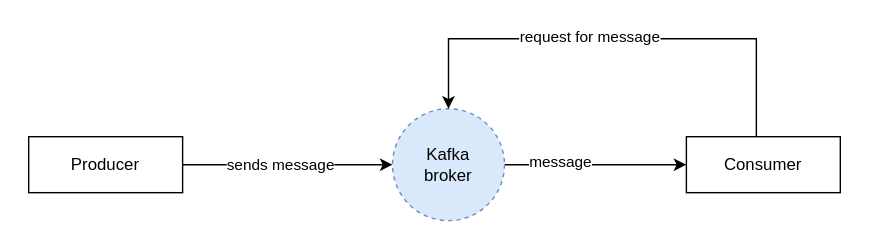
This is assets/intro.svg from aditya109/fuzzy-memory, a draw.io export, as it was before one commit. Source tidied: cells renumbered, new cells last; positions are measured from the earlier drawing's top-left corner, leaving out a move shared by most shapes. Source of this version:
```xml
<mxGraphModel>
  <root>
    <mxCell id="0" />
    <mxCell id="1" parent="0" />
    <mxCell id="2" style="edgeStyle=orthogonalEdgeStyle;rounded=0;jettySize=auto;html=1;entryX=0;entryY=0.5;entryDx=0;entryDy=0;" parent="1" edge="1" source="4" target="10">
      <mxGeometry relative="1" as="geometry" />
    </mxCell>
    <mxCell id="3" value="message" style="edgeLabel;html=1;align=center;verticalAlign=middle;" parent="2" vertex="1">
      <mxGeometry x="-0.38" y="2" relative="1" as="geometry" />
    </mxCell>
    <mxCell id="4" value="Kafka &lt;br&gt;broker" style="ellipse;whiteSpace=wrap;html=1;fillColor=#dae8fc;strokeColor=#6c8ebf;dashed=1;" parent="1" vertex="1">
      <mxGeometry x="260" y="50" width="80" height="80" as="geometry" />
    </mxCell>
    <mxCell id="5" style="edgeStyle=orthogonalEdgeStyle;rounded=0;jettySize=auto;html=1;entryX=0;entryY=0.5;entryDx=0;entryDy=0;" parent="1" edge="1" source="7" target="4">
      <mxGeometry relative="1" as="geometry" />
    </mxCell>
    <mxCell id="6" value="sends message" style="edgeLabel;html=1;align=center;verticalAlign=middle;" parent="5" vertex="1">
      <mxGeometry x="-0.34" y="2" relative="1" as="geometry">
        <mxPoint x="20" y="2" as="offset" />
      </mxGeometry>
    </mxCell>
    <mxCell id="7" value="Producer" style="rounded=0;whiteSpace=wrap;html=1;" parent="1" vertex="1">
      <mxGeometry y="70" width="110" height="40" as="geometry" />
    </mxCell>
    <mxCell id="8" style="edgeStyle=orthogonalEdgeStyle;rounded=0;jettySize=auto;html=1;entryX=0.5;entryY=0;entryDx=0;entryDy=0;" parent="1" edge="1" source="10" target="4">
      <mxGeometry relative="1" as="geometry">
        <Array as="points">
          <mxPoint x="520" />
          <mxPoint x="300" />
        </Array>
      </mxGeometry>
    </mxCell>
    <mxCell id="9" value="request for message" style="edgeLabel;html=1;align=center;verticalAlign=middle;" parent="8" vertex="1">
      <mxGeometry x="0.11" y="-1" relative="1" as="geometry" />
    </mxCell>
    <mxCell id="10" value="Consumer" style="rounded=0;whiteSpace=wrap;html=1;" parent="1" vertex="1">
      <mxGeometry x="470" y="70" width="110" height="40" as="geometry" />
    </mxCell>
  </root>
</mxGraphModel>
```
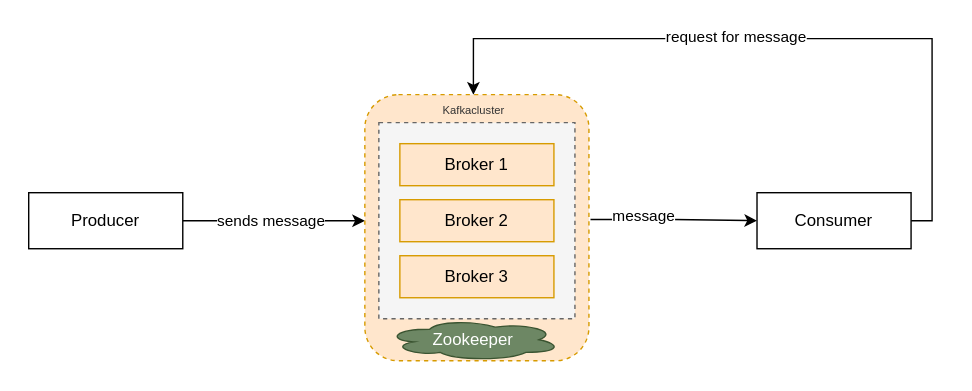
After the change.

The edit, as a diff of the source:
```diff
@@ -2,16 +2,13 @@
   <root>
     <mxCell id="0" />
     <mxCell id="1" parent="0" />
-    <mxCell id="2" style="edgeStyle=orthogonalEdgeStyle;rounded=0;jettySize=auto;html=1;entryX=0;entryY=0.5;entryDx=0;entryDy=0;" parent="1" edge="1" source="4" target="10">
+    <mxCell id="2" style="edgeStyle=orthogonalEdgeStyle;rounded=0;jettySize=auto;html=1;entryX=0;entryY=0.5;entryDx=0;entryDy=0;exitX=1.007;exitY=0.469;exitDx=0;exitDy=0;exitPerimeter=0;" parent="1" edge="1" source="11" target="10">
       <mxGeometry relative="1" as="geometry" />
     </mxCell>
     <mxCell id="3" value="message" style="edgeLabel;html=1;align=center;verticalAlign=middle;" parent="2" vertex="1">
       <mxGeometry x="-0.38" y="2" relative="1" as="geometry" />
     </mxCell>
-    <mxCell id="4" value="Kafka &lt;br&gt;broker" style="ellipse;whiteSpace=wrap;html=1;fillColor=#dae8fc;strokeColor=#6c8ebf;dashed=1;" parent="1" vertex="1">
-      <mxGeometry x="260" y="50" width="80" height="80" as="geometry" />
-    </mxCell>
-    <mxCell id="5" style="edgeStyle=orthogonalEdgeStyle;rounded=0;jettySize=auto;html=1;entryX=0;entryY=0.5;entryDx=0;entryDy=0;" parent="1" edge="1" source="7" target="4">
+    <mxCell id="5" style="edgeStyle=orthogonalEdgeStyle;rounded=0;jettySize=auto;html=1;entryX=0;entryY=0.474;entryDx=0;entryDy=0;entryPerimeter=0;" parent="1" edge="1" source="7" target="11">
       <mxGeometry relative="1" as="geometry" />
     </mxCell>
     <mxCell id="6" value="sends message" style="edgeLabel;html=1;align=center;verticalAlign=middle;" parent="5" vertex="1">
@@ -20,13 +17,13 @@
       </mxGeometry>
     </mxCell>
     <mxCell id="7" value="Producer" style="rounded=0;whiteSpace=wrap;html=1;" parent="1" vertex="1">
-      <mxGeometry y="70" width="110" height="40" as="geometry" />
+      <mxGeometry x="-50" y="210" width="110" height="40" as="geometry" />
     </mxCell>
-    <mxCell id="8" style="edgeStyle=orthogonalEdgeStyle;rounded=0;jettySize=auto;html=1;entryX=0.5;entryY=0;entryDx=0;entryDy=0;" parent="1" edge="1" source="10" target="4">
+    <mxCell id="8" style="edgeStyle=orthogonalEdgeStyle;rounded=0;jettySize=auto;html=1;entryX=0.5;entryY=0;entryDx=0;entryDy=0;" parent="1" edge="1" source="10" target="17">
       <mxGeometry relative="1" as="geometry">
         <Array as="points">
-          <mxPoint x="520" />
-          <mxPoint x="300" />
+          <mxPoint x="595" y="100" />
+          <mxPoint x="268" y="100" />
         </Array>
       </mxGeometry>
     </mxCell>
@@ -34,7 +31,28 @@
       <mxGeometry x="0.11" y="-1" relative="1" as="geometry" />
     </mxCell>
     <mxCell id="10" value="Consumer" style="rounded=0;whiteSpace=wrap;html=1;" parent="1" vertex="1">
-      <mxGeometry x="470" y="70" width="110" height="40" as="geometry" />
+      <mxGeometry x="470" y="210" width="110" height="40" as="geometry" />
     </mxCell>
+    <mxCell id="11" style="rounded=1;whiteSpace=wrap;html=1;dashed=1;fillColor=#ffe6cc;strokeColor=#d79b00;" parent="1" vertex="1">
+      <mxGeometry x="190" y="140" width="160" height="190" as="geometry" />
+    </mxCell>
+    <mxCell id="12" style="whiteSpace=wrap;html=1;dashed=1;fillColor=#f5f5f5;fontColor=#333333;strokeColor=#666666;" parent="1" vertex="1">
+      <mxGeometry x="200" y="160" width="140" height="140" as="geometry" />
+    </mxCell>
+    <mxCell id="13" value="Broker 1" style="rounded=0;whiteSpace=wrap;html=1;fillColor=#ffe6cc;strokeColor=#d79b00;" parent="1" vertex="1">
+      <mxGeometry x="215" y="175" width="110" height="30" as="geometry" />
+    </mxCell>
+    <mxCell id="14" value="Broker 2" style="rounded=0;whiteSpace=wrap;html=1;fillColor=#ffe6cc;strokeColor=#d79b00;" parent="1" vertex="1">
+      <mxGeometry x="215" y="215" width="110" height="30" as="geometry" />
+    </mxCell>
+    <mxCell id="15" value="Broker 3" style="rounded=0;whiteSpace=wrap;html=1;fillColor=#ffe6cc;strokeColor=#d79b00;" parent="1" vertex="1">
+      <mxGeometry x="215" y="255" width="110" height="30" as="geometry" />
+    </mxCell>
+    <mxCell id="16" value="Zookeeper" style="ellipse;shape=cloud;whiteSpace=wrap;html=1;fillColor=#6d8764;strokeColor=#3A5431;fontColor=#ffffff;" parent="1" vertex="1">
+      <mxGeometry x="205" y="300" width="125" height="30" as="geometry" />
+    </mxCell>
+    <mxCell id="17" value="&lt;font style=&quot;font-size: 8px;&quot;&gt;Kafkacluster&lt;/font&gt;" style="text;html=1;strokeColor=none;fillColor=none;align=center;verticalAlign=middle;whiteSpace=wrap;rounded=0;fontColor=#333333;" parent="1" vertex="1">
+      <mxGeometry x="237.5" y="140" width="60" height="20" as="geometry" />
+    </mxCell>
   </root>
 </mxGraphModel>
```
